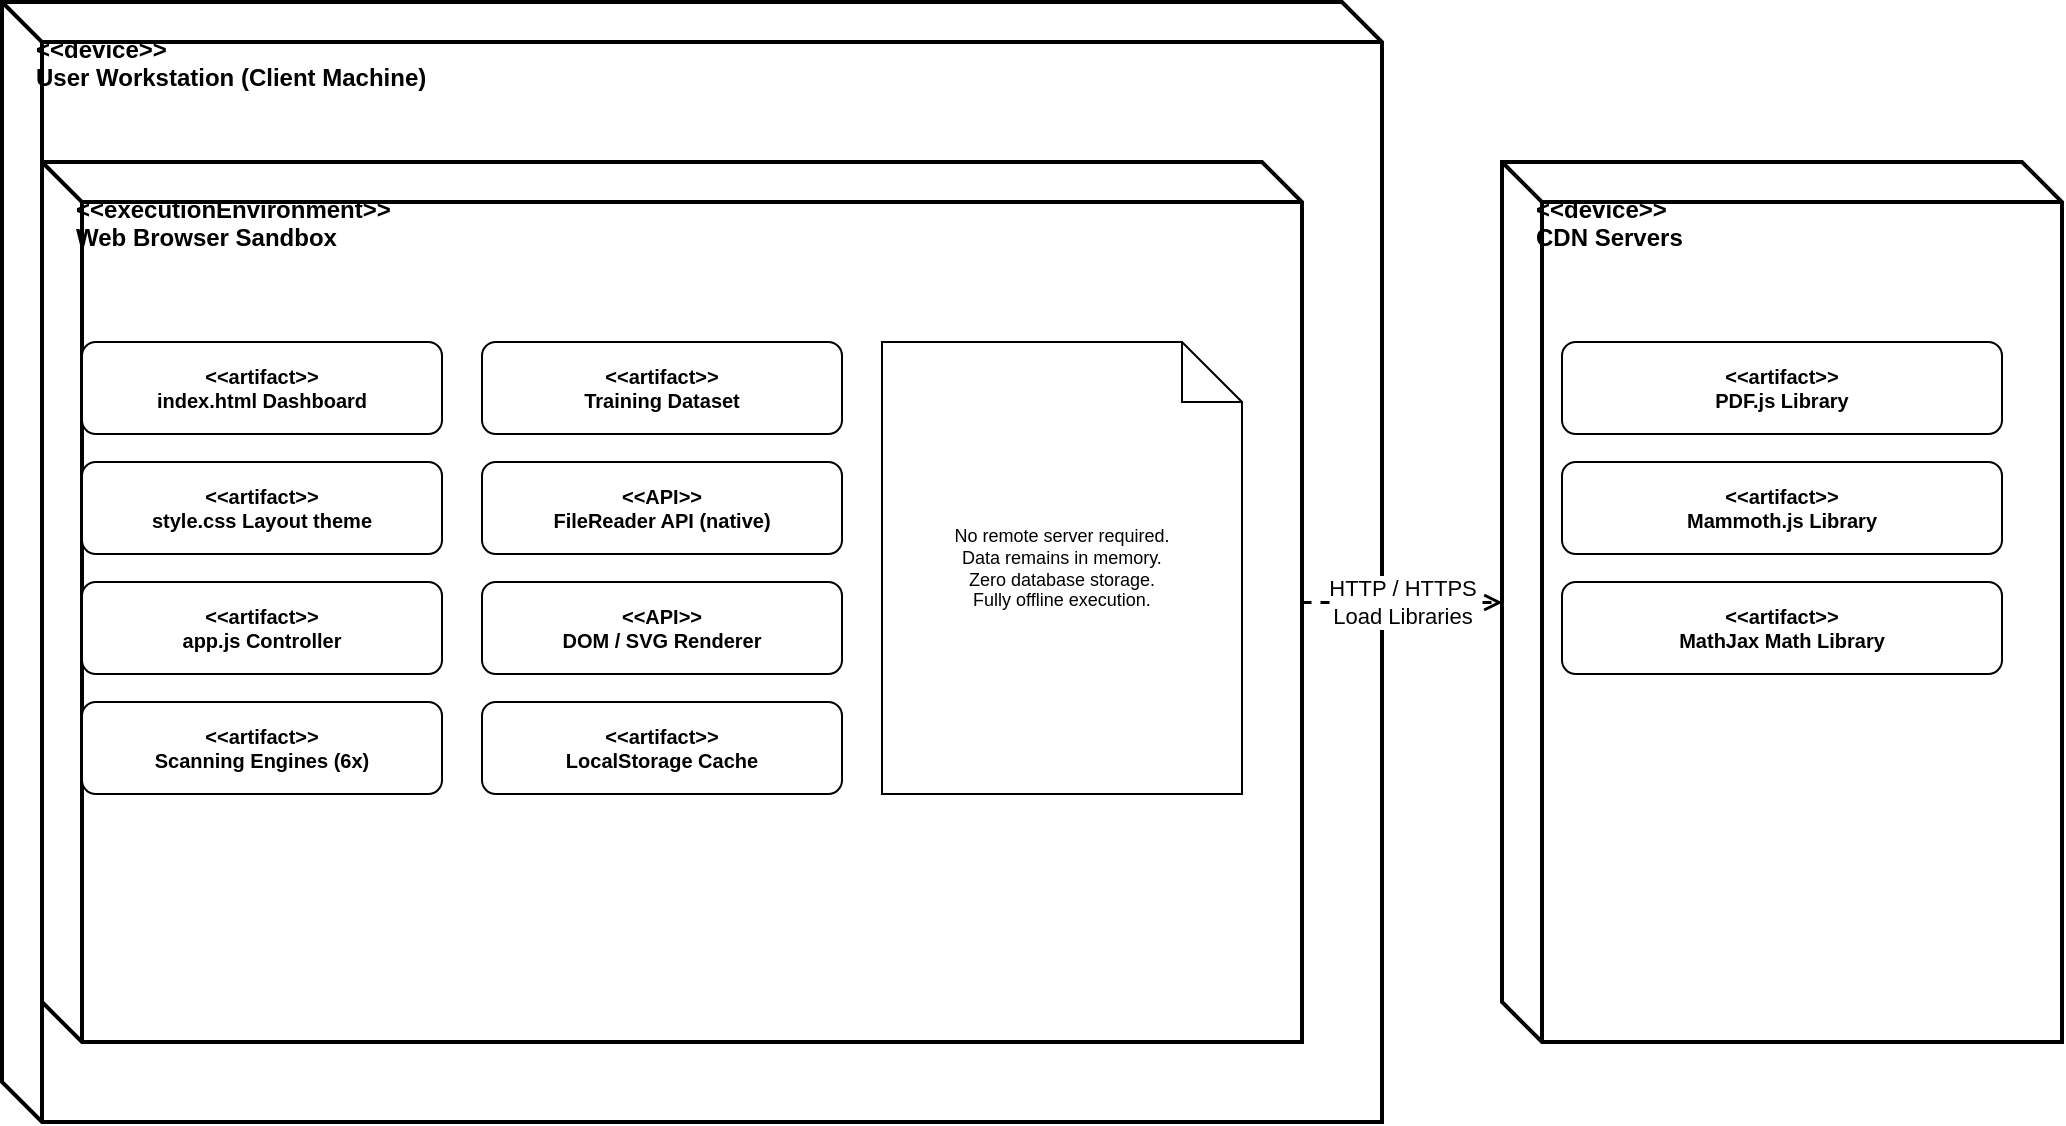
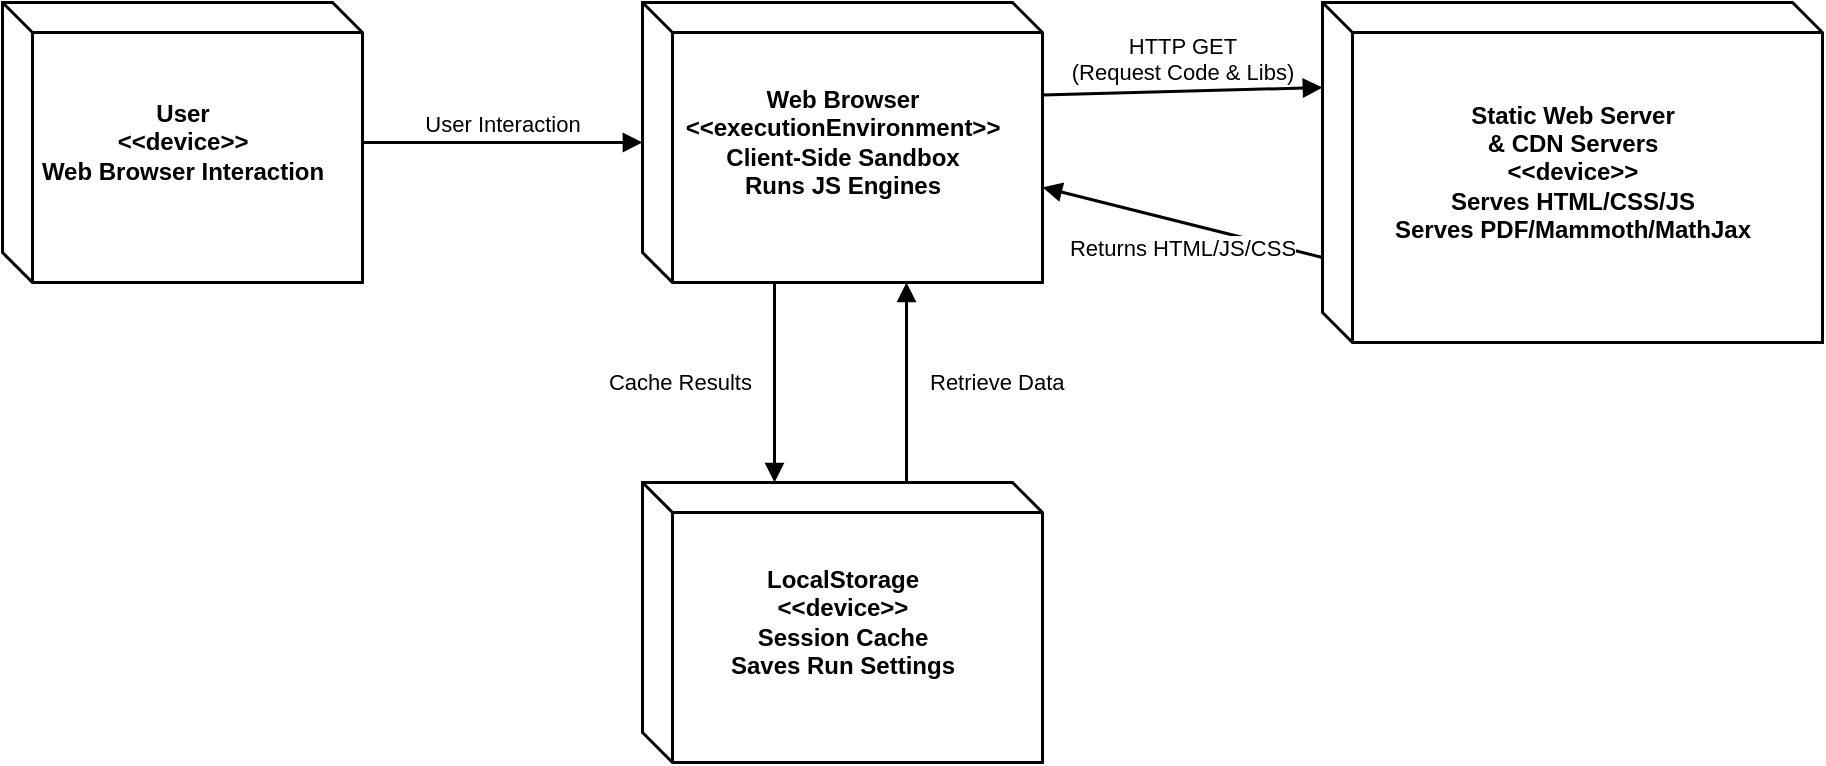
<mxfile host="Electron" modified="2026-07-21" agent="Antigravity" version="21.0.0" type="device">
-   <diagram id="deployment_3d" name="Deployment Diagram">
-     <mxGraphModel dx="1400" dy="1000" grid="0" gridSize="10" guides="1" tooltips="1" connect="1" arrows="1" fold="1" page="1" pageScale="1" pageWidth="1100" pageHeight="680" math="0" shadow="0">
+   <diagram id="deployment_reference" name="Deployment Diagram">
+     <mxGraphModel dx="1400" dy="1000" grid="0" gridSize="10" guides="1" tooltips="1" connect="1" arrows="1" fold="1" page="1" pageScale="1" pageWidth="1000" pageHeight="520" math="0" shadow="0">
      <root>
        <mxCell id="0" />
        <mxCell id="1" parent="0" />

-         <!-- Node 1: User Workstation -->
-         <mxCell id="n_workstation" value="&amp;lt;&amp;lt;device&amp;gt;&amp;gt;&lt;br&gt;&lt;b&gt;User Workstation (Client Machine)&lt;/b&gt;" style="verticalAlign=top;align=left;spacingLeft=15;spacingTop=10;html=1;shape=cube;size=20;fillColor=#ffffff;strokeColor=#000000;fontColor=#000000;strokeWidth=2;fontStyle=1" vertex="1" parent="1">
-           <mxGeometry x="30" y="60" width="690" height="560" as="geometry" />
+         <!-- Node 1: User -->
+         <mxCell id="n_user" value="User&lt;br&gt;&amp;lt;&amp;lt;device&amp;gt;&amp;gt;&lt;br&gt;Web Browser Interaction" style="html=1;shape=cube;size=15;fillColor=#ffffff;strokeColor=#000000;fontColor=#000000;strokeWidth=1.5;fontStyle=1" vertex="1" parent="1">
+           <mxGeometry x="40" y="80" width="180" height="140" as="geometry" />
        </mxCell>

-         <!-- Node 2: Web Browser Sandbox (Nested) -->
-         <mxCell id="n_browser" value="&amp;lt;&amp;lt;executionEnvironment&amp;gt;&amp;gt;&lt;br&gt;&lt;b&gt;Web Browser Sandbox&lt;/b&gt;" style="verticalAlign=top;align=left;spacingLeft=15;spacingTop=10;html=1;shape=cube;size=20;fillColor=#ffffff;strokeColor=#000000;fontColor=#000000;strokeWidth=2;fontStyle=1" vertex="1" parent="n_workstation">
-           <mxGeometry x="20" y="80" width="630" height="440" as="geometry" />
+         <!-- Node 2: Web Browser -->
+         <mxCell id="n_browser" value="Web Browser&lt;br&gt;&amp;lt;&amp;lt;executionEnvironment&amp;gt;&amp;gt;&lt;br&gt;Client-Side Sandbox&lt;br&gt;Runs JS Engines" style="html=1;shape=cube;size=15;fillColor=#ffffff;strokeColor=#000000;fontColor=#000000;strokeWidth=1.5;fontStyle=1" vertex="1" parent="1">
+           <mxGeometry x="360" y="80" width="200" height="140" as="geometry" />
        </mxCell>

-         <!-- Artifacts inside Browser Sandbox -->
-         <mxCell id="art_html" value="&amp;lt;&amp;lt;artifact&amp;gt;&amp;gt;&lt;br&gt;&lt;b&gt;index.html Dashboard&lt;/b&gt;" style="rounded=1;whiteSpace=wrap;html=1;fillColor=#ffffff;strokeColor=#000000;fontSize=10;fontStyle=1" vertex="1" parent="n_browser">
-           <mxGeometry x="20" y="90" width="180" height="46" as="geometry" />
-         </mxCell>
-         <mxCell id="art_css" value="&amp;lt;&amp;lt;artifact&amp;gt;&amp;gt;&lt;br&gt;&lt;b&gt;style.css Layout theme&lt;/b&gt;" style="rounded=1;whiteSpace=wrap;html=1;fillColor=#ffffff;strokeColor=#000000;fontSize=10;fontStyle=1" vertex="1" parent="n_browser">
-           <mxGeometry x="20" y="150" width="180" height="46" as="geometry" />
-         </mxCell>
-         <mxCell id="art_js" value="&amp;lt;&amp;lt;artifact&amp;gt;&amp;gt;&lt;br&gt;&lt;b&gt;app.js Controller&lt;/b&gt;" style="rounded=1;whiteSpace=wrap;html=1;fillColor=#ffffff;strokeColor=#000000;fontSize=10;fontStyle=1" vertex="1" parent="n_browser">
-           <mxGeometry x="20" y="210" width="180" height="46" as="geometry" />
-         </mxCell>
-         <mxCell id="art_engines" value="&amp;lt;&amp;lt;artifact&amp;gt;&amp;gt;&lt;br&gt;&lt;b&gt;Scanning Engines (6x)&lt;/b&gt;" style="rounded=1;whiteSpace=wrap;html=1;fillColor=#ffffff;strokeColor=#000000;fontSize=10;fontStyle=1" vertex="1" parent="n_browser">
-           <mxGeometry x="20" y="270" width="180" height="46" as="geometry" />
+         <!-- Node 3: LocalStorage -->
+         <mxCell id="n_localstorage" value="LocalStorage&lt;br&gt;&amp;lt;&amp;lt;device&amp;gt;&amp;gt;&lt;br&gt;Session Cache&lt;br&gt;Saves Run Settings" style="html=1;shape=cube;size=15;fillColor=#ffffff;strokeColor=#000000;fontColor=#000000;strokeWidth=1.5;fontStyle=1" vertex="1" parent="1">
+           <mxGeometry x="360" y="320" width="200" height="140" as="geometry" />
        </mxCell>

-         <mxCell id="art_ds" value="&amp;lt;&amp;lt;artifact&amp;gt;&amp;gt;&lt;br&gt;&lt;b&gt;Training Dataset&lt;/b&gt;" style="rounded=1;whiteSpace=wrap;html=1;fillColor=#ffffff;strokeColor=#000000;fontSize=10;fontStyle=1" vertex="1" parent="n_browser">
-           <mxGeometry x="220" y="90" width="180" height="46" as="geometry" />
-         </mxCell>
-         <mxCell id="art_api" value="&amp;lt;&amp;lt;API&amp;gt;&amp;gt;&lt;br&gt;&lt;b&gt;FileReader API (native)&lt;/b&gt;" style="rounded=1;whiteSpace=wrap;html=1;fillColor=#ffffff;strokeColor=#000000;fontSize=10;fontStyle=1" vertex="1" parent="n_browser">
-           <mxGeometry x="220" y="150" width="180" height="46" as="geometry" />
-         </mxCell>
-         <mxCell id="art_dom" value="&amp;lt;&amp;lt;API&amp;gt;&amp;gt;&lt;br&gt;&lt;b&gt;DOM / SVG Renderer&lt;/b&gt;" style="rounded=1;whiteSpace=wrap;html=1;fillColor=#ffffff;strokeColor=#000000;fontSize=10;fontStyle=1" vertex="1" parent="n_browser">
-           <mxGeometry x="220" y="210" width="180" height="46" as="geometry" />
-         </mxCell>
-         <mxCell id="art_cache" value="&amp;lt;&amp;lt;artifact&amp;gt;&amp;gt;&lt;br&gt;&lt;b&gt;LocalStorage Cache&lt;/b&gt;" style="rounded=1;whiteSpace=wrap;html=1;fillColor=#ffffff;strokeColor=#000000;fontSize=10;fontStyle=1" vertex="1" parent="n_browser">
-           <mxGeometry x="220" y="270" width="180" height="46" as="geometry" />
+         <!-- Node 4: Static Web Server -->
+         <mxCell id="n_server" value="Static Web Server&lt;br&gt;&amp;amp; CDN Servers&lt;br&gt;&amp;lt;&amp;lt;device&amp;gt;&amp;gt;&lt;br&gt;Serves HTML/CSS/JS&lt;br&gt;Serves PDF/Mammoth/MathJax" style="html=1;shape=cube;size=15;fillColor=#ffffff;strokeColor=#000000;fontColor=#000000;strokeWidth=1.5;fontStyle=1" vertex="1" parent="1">
+           <mxGeometry x="700" y="80" width="250" height="170" as="geometry" />
        </mxCell>

-         <!-- Privacy Note -->
-         <mxCell id="art_note" value="No remote server required.&lt;br&gt;Data remains in memory.&lt;br&gt;Zero database storage.&lt;br&gt;Fully offline execution." style="shape=note;whiteSpace=wrap;html=1;fillColor=#ffffff;strokeColor=#000000;fontSize=9;" vertex="1" parent="n_browser">
-           <mxGeometry x="420" y="90" width="180" height="226" as="geometry" />
+         <!-- Connections -->
+         <!-- User -> Browser -->
+         <mxCell id="conn_user_browser" value="User Interaction" style="endArrow=block;endFill=1;html=1;strokeColor=#000000;strokeWidth=1.5;align=center;verticalAlign=bottom;" edge="1" parent="1" source="n_user" target="n_browser">
+           <mxGeometry relative="1" as="geometry" />
        </mxCell>

-         <!-- Node 3: CDN Server -->
-         <mxCell id="n_cdn" value="&amp;lt;&amp;lt;device&amp;gt;&amp;gt;&lt;br&gt;&lt;b&gt;CDN Servers&lt;/b&gt;" style="verticalAlign=top;align=left;spacingLeft=15;spacingTop=10;html=1;shape=cube;size=20;fillColor=#ffffff;strokeColor=#000000;fontColor=#000000;strokeWidth=2;fontStyle=1" vertex="1" parent="1">
-           <mxGeometry x="780" y="140" width="280" height="440" as="geometry" />
-         </mxCell>
-         <mxCell id="cdn_lib1" value="&amp;lt;&amp;lt;artifact&amp;gt;&amp;gt;&lt;br&gt;&lt;b&gt;PDF.js Library&lt;/b&gt;" style="rounded=1;whiteSpace=wrap;html=1;fillColor=#ffffff;strokeColor=#000000;fontSize=10;fontStyle=1" vertex="1" parent="n_cdn">
-           <mxGeometry x="30" y="90" width="220" height="46" as="geometry" />
-         </mxCell>
-         <mxCell id="cdn_lib2" value="&amp;lt;&amp;lt;artifact&amp;gt;&amp;gt;&lt;br&gt;&lt;b&gt;Mammoth.js Library&lt;/b&gt;" style="rounded=1;whiteSpace=wrap;html=1;fillColor=#ffffff;strokeColor=#000000;fontSize=10;fontStyle=1" vertex="1" parent="n_cdn">
-           <mxGeometry x="30" y="150" width="220" height="46" as="geometry" />
-         </mxCell>
-         <mxCell id="cdn_lib3" value="&amp;lt;&amp;lt;artifact&amp;gt;&amp;gt;&lt;br&gt;&lt;b&gt;MathJax Math Library&lt;/b&gt;" style="rounded=1;whiteSpace=wrap;html=1;fillColor=#ffffff;strokeColor=#000000;fontSize=10;fontStyle=1" vertex="1" parent="n_cdn">
-           <mxGeometry x="30" y="210" width="220" height="46" as="geometry" />
+         <!-- Browser -> Server (Request) -->
+         <mxCell id="conn_browser_server" value="HTTP GET&lt;br&gt;(Request Code &amp;amp; Libs)" style="endArrow=block;endFill=1;html=1;strokeColor=#000000;strokeWidth=1.5;align=center;verticalAlign=bottom;exitX=1;exitY=0.33;entryX=0;entryY=0.25;" edge="1" parent="1" source="n_browser" target="n_server">
+           <mxGeometry relative="1" as="geometry" />
        </mxCell>

-         <!-- Connection -->
-         <mxCell id="conn_load" value="HTTP / HTTPS&lt;br&gt;Load Libraries" style="endArrow=open;endFill=0;dashed=1;html=1;strokeColor=#000000;strokeWidth=1.5;" edge="1" parent="1" source="n_browser" target="n_cdn">
+         <!-- Server -> Browser (Response) -->
+         <mxCell id="conn_server_browser" value="Returns HTML/JS/CSS" style="endArrow=block;endFill=1;html=1;strokeColor=#000000;strokeWidth=1.5;align=center;verticalAlign=top;exitX=0;exitY=0.75;entryX=1;entryY=0.66;" edge="1" parent="1" source="n_server" target="n_browser">
          <mxGeometry relative="1" as="geometry" />
+         </mxCell>
+ 
+         <!-- Browser -> LocalStorage (Cache) -->
+         <mxCell id="conn_browser_cache" value="Cache Results" style="endArrow=block;endFill=1;html=1;strokeColor=#000000;strokeWidth=1.5;align=right;verticalAlign=middle;exitX=0.33;exitY=1;entryX=0.33;entryY=0;" edge="1" parent="1" source="n_browser" target="n_localstorage">
+           <mxGeometry relative="1" as="geometry">
+             <mxPoint x="-10" y="0" as="offset" />
+           </mxGeometry>
+         </mxCell>
+ 
+         <!-- LocalStorage -> Browser (Retrieve) -->
+         <mxCell id="conn_cache_browser" value="Retrieve Data" style="endArrow=block;endFill=1;html=1;strokeColor=#000000;strokeWidth=1.5;align=left;verticalAlign=middle;exitX=0.66;exitY=0;entryX=0.66;entryY=1;" edge="1" parent="1" source="n_localstorage" target="n_browser">
+           <mxGeometry relative="1" as="geometry">
+             <mxPoint x="10" y="0" as="offset" />
+           </mxGeometry>
        </mxCell>
      </root>
    </mxGraphModel>
  </diagram>
</mxfile>